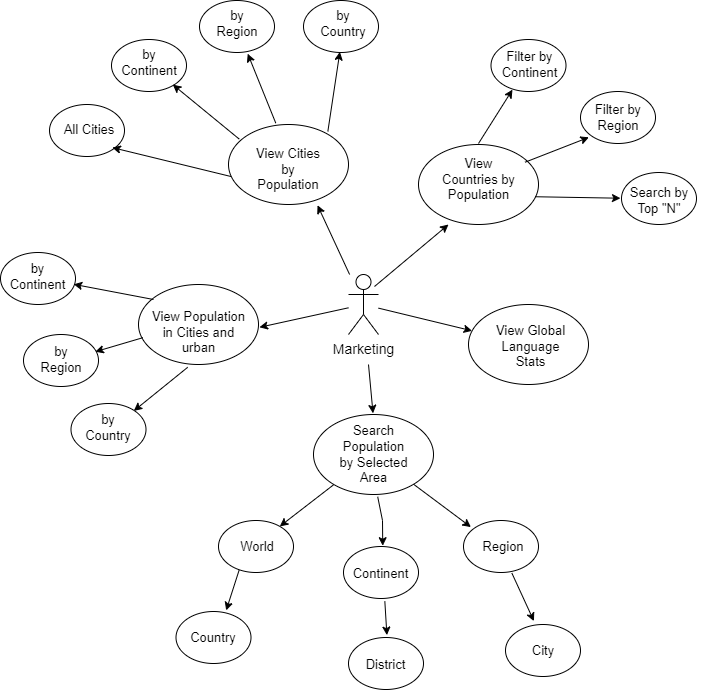
Before: use-case/U_case_DiagramPNG.png, a diagram exported from draw.io (stevecastillonapier/Group16Devops). Source tidied: cells renumbered, new cells last; positions are measured from the earlier drawing's top-left corner, leaving out a move shared by most shapes. Source of this version:
```xml
<mxGraphModel background="#ffffff">
  <root>
    <mxCell id="0" />
    <mxCell id="1" parent="0" />
    <mxCell id="2" style="ellipse;whiteSpace=wrap;html=1;fontSize=13;" parent="1" vertex="1">
      <mxGeometry x="228" y="124" width="120" height="80" as="geometry" />
    </mxCell>
    <mxCell id="3" style="ellipse;whiteSpace=wrap;html=1;fontSize=13;" parent="1" vertex="1">
      <mxGeometry x="418" y="144" width="120" height="80" as="geometry" />
    </mxCell>
    <mxCell id="4" style="ellipse;whiteSpace=wrap;html=1;" parent="1" vertex="1">
      <mxGeometry x="468" y="304" width="120" height="80" as="geometry" />
    </mxCell>
    <mxCell id="5" style="ellipse;whiteSpace=wrap;html=1;fontSize=13;" parent="1" vertex="1">
      <mxGeometry x="138" y="284" width="120" height="80" as="geometry" />
    </mxCell>
    <mxCell id="6" style="ellipse;whiteSpace=wrap;html=1;" parent="1" vertex="1">
      <mxGeometry x="313" y="414" width="120" height="80" as="geometry" />
    </mxCell>
    <mxCell id="7" value="Marketing" style="shape=umlActor;verticalLabelPosition=bottom;verticalAlign=top;html=1;outlineConnect=0;fontSize=14;" parent="1" vertex="1">
      <mxGeometry x="348" y="274" width="30" height="60" as="geometry" />
    </mxCell>
    <mxCell id="8" style="endArrow=classic;html=1;rounded=0;entryX=1.008;entryY=0.535;entryDx=0;entryDy=0;entryPerimeter=0;labelBorderColor=default;" parent="1" edge="1" source="7" target="5">
      <mxGeometry relative="1" as="geometry" />
    </mxCell>
    <mxCell id="9" style="endArrow=classic;html=1;rounded=0;entryX=0.496;entryY=-0.015;entryDx=0;entryDy=0;entryPerimeter=0;labelBorderColor=default;" parent="1" edge="1" target="6">
      <mxGeometry relative="1" as="geometry">
        <mxPoint x="368" y="364" as="sourcePoint" />
      </mxGeometry>
    </mxCell>
    <mxCell id="10" style="endArrow=classic;html=1;rounded=0;labelBorderColor=default;" parent="1" edge="1" source="7" target="4">
      <mxGeometry relative="1" as="geometry" />
    </mxCell>
    <mxCell id="11" style="endArrow=classic;html=1;rounded=0;entryX=0.742;entryY=1.01;entryDx=0;entryDy=0;entryPerimeter=0;labelBorderColor=default;" parent="1" edge="1" source="7" target="2">
      <mxGeometry relative="1" as="geometry" />
    </mxCell>
    <mxCell id="12" style="endArrow=classic;html=1;rounded=0;entryX=0.742;entryY=1.01;entryDx=0;entryDy=0;entryPerimeter=0;labelBorderColor=default;" parent="1" edge="1">
      <mxGeometry relative="1" as="geometry">
        <mxPoint x="374" y="286" as="sourcePoint" />
        <mxPoint x="448" y="224" as="targetPoint" />
      </mxGeometry>
    </mxCell>
    <mxCell id="13" value="View Countries by Population" style="text;strokeColor=none;align=center;fillColor=none;html=1;verticalAlign=middle;whiteSpace=wrap;rounded=0;fontSize=13;" parent="1" vertex="1">
      <mxGeometry x="440.5" y="164" width="75" height="30" as="geometry" />
    </mxCell>
    <mxCell id="14" value="View Cities by Population" style="text;strokeColor=none;align=center;fillColor=none;html=1;verticalAlign=middle;whiteSpace=wrap;rounded=0;fontSize=13;" parent="1" vertex="1">
      <mxGeometry x="248" y="154" width="80" height="30" as="geometry" />
    </mxCell>
    <mxCell id="15" value="Search Population by Selected Area" style="text;strokeColor=none;align=center;fillColor=none;html=1;verticalAlign=middle;whiteSpace=wrap;rounded=0;fontSize=13;" parent="1" vertex="1">
      <mxGeometry x="335.5" y="439" width="75" height="30" as="geometry" />
    </mxCell>
    <mxCell id="16" value="View Global Language Stats" style="text;strokeColor=none;align=center;fillColor=none;html=1;verticalAlign=middle;whiteSpace=wrap;rounded=0;fontSize=13;" parent="1" vertex="1">
      <mxGeometry x="490.5" y="324" width="79" height="44" as="geometry" />
    </mxCell>
    <mxCell id="17" value="View Population in Cities and urban" style="text;strokeColor=none;align=center;fillColor=none;html=1;verticalAlign=middle;whiteSpace=wrap;rounded=0;fontSize=13;" parent="1" vertex="1">
      <mxGeometry x="145.5" y="317" width="105" height="30" as="geometry" />
    </mxCell>
    <mxCell id="18" style="ellipse;whiteSpace=wrap;html=1;" parent="1" vertex="1">
      <mxGeometry x="49" y="104" width="75" height="52" as="geometry" />
    </mxCell>
    <mxCell id="19" style="ellipse;whiteSpace=wrap;html=1;" parent="1" vertex="1">
      <mxGeometry x="199" width="75" height="52" as="geometry" />
    </mxCell>
    <mxCell id="20" style="ellipse;whiteSpace=wrap;html=1;" parent="1" vertex="1">
      <mxGeometry x="303" width="75" height="52" as="geometry" />
    </mxCell>
    <mxCell id="21" style="ellipse;whiteSpace=wrap;html=1;" parent="1" vertex="1">
      <mxGeometry x="111" y="39" width="75" height="52" as="geometry" />
    </mxCell>
    <mxCell id="22" style="ellipse;whiteSpace=wrap;html=1;" parent="1" vertex="1">
      <mxGeometry x="580" y="91" width="75" height="52" as="geometry" />
    </mxCell>
    <mxCell id="23" style="ellipse;whiteSpace=wrap;html=1;" parent="1" vertex="1">
      <mxGeometry x="621" y="172" width="75" height="52" as="geometry" />
    </mxCell>
    <mxCell id="24" style="ellipse;whiteSpace=wrap;html=1;" parent="1" vertex="1">
      <mxGeometry x="490.5" y="39" width="75" height="52" as="geometry" />
    </mxCell>
    <mxCell id="25" style="ellipse;whiteSpace=wrap;html=1;" parent="1" vertex="1">
      <mxGeometry x="23" y="334" width="75" height="52" as="geometry" />
    </mxCell>
    <mxCell id="26" style="ellipse;whiteSpace=wrap;html=1;" parent="1" vertex="1">
      <mxGeometry y="252" width="75" height="52" as="geometry" />
    </mxCell>
    <mxCell id="27" style="ellipse;whiteSpace=wrap;html=1;" parent="1" vertex="1">
      <mxGeometry x="70.5" y="403" width="75" height="52" as="geometry" />
    </mxCell>
    <mxCell id="28" style="ellipse;whiteSpace=wrap;html=1;" parent="1" vertex="1">
      <mxGeometry x="343" y="546" width="75" height="52" as="geometry" />
    </mxCell>
    <mxCell id="29" style="ellipse;whiteSpace=wrap;html=1;" parent="1" vertex="1">
      <mxGeometry x="218" y="520" width="75" height="52" as="geometry" />
    </mxCell>
    <mxCell id="30" style="ellipse;whiteSpace=wrap;html=1;" parent="1" vertex="1">
      <mxGeometry x="463" y="520" width="75" height="52" as="geometry" />
    </mxCell>
    <mxCell id="31" style="ellipse;whiteSpace=wrap;html=1;" parent="1" vertex="1">
      <mxGeometry x="175.5" y="611" width="75" height="52" as="geometry" />
    </mxCell>
    <mxCell id="32" style="ellipse;whiteSpace=wrap;html=1;" parent="1" vertex="1">
      <mxGeometry x="348" y="637" width="75" height="52" as="geometry" />
    </mxCell>
    <mxCell id="33" style="ellipse;whiteSpace=wrap;html=1;" parent="1" vertex="1">
      <mxGeometry x="505" y="624" width="75" height="52" as="geometry" />
    </mxCell>
    <mxCell id="34" value="All Cities" style="text;strokeColor=none;align=center;fillColor=none;html=1;verticalAlign=middle;whiteSpace=wrap;rounded=0;fontSize=13;" parent="1" vertex="1">
      <mxGeometry x="49" y="114" width="80" height="30" as="geometry" />
    </mxCell>
    <mxCell id="35" value="by Continent" style="text;strokeColor=none;align=center;fillColor=none;html=1;verticalAlign=middle;whiteSpace=wrap;rounded=0;fontSize=13;" parent="1" vertex="1">
      <mxGeometry x="118.5" y="39" width="60" height="45" as="geometry" />
    </mxCell>
    <mxCell id="36" value="by Region" style="text;strokeColor=none;align=center;fillColor=none;html=1;verticalAlign=middle;whiteSpace=wrap;rounded=0;fontSize=13;" parent="1" vertex="1">
      <mxGeometry x="206.5" width="60" height="45" as="geometry" />
    </mxCell>
    <mxCell id="37" value="Search by Top &quot;N&quot;" style="text;strokeColor=none;align=center;fillColor=none;html=1;verticalAlign=middle;whiteSpace=wrap;rounded=0;fontSize=13;" parent="1" vertex="1">
      <mxGeometry x="618" y="175.5" width="82" height="48" as="geometry" />
    </mxCell>
    <mxCell id="38" value="Filter by&lt;br&gt;Continent" style="text;strokeColor=none;align=center;fillColor=none;html=1;verticalAlign=middle;whiteSpace=wrap;rounded=0;fontSize=13;" parent="1" vertex="1">
      <mxGeometry x="500" y="39" width="59" height="49" as="geometry" />
    </mxCell>
    <mxCell id="39" value="by Country" style="text;strokeColor=none;align=center;fillColor=none;html=1;verticalAlign=middle;whiteSpace=wrap;rounded=0;fontSize=13;" parent="1" vertex="1">
      <mxGeometry x="313" width="60" height="45" as="geometry" />
    </mxCell>
    <mxCell id="40" value="Filter by&lt;br&gt;Region" style="text;strokeColor=none;align=center;fillColor=none;html=1;verticalAlign=middle;whiteSpace=wrap;rounded=0;fontSize=13;" parent="1" vertex="1">
      <mxGeometry x="588" y="94.5" width="60" height="45" as="geometry" />
    </mxCell>
    <mxCell id="41" value="World" style="text;strokeColor=none;align=center;fillColor=none;html=1;verticalAlign=middle;whiteSpace=wrap;rounded=0;fontSize=13;" parent="1" vertex="1">
      <mxGeometry x="213" y="531" width="88" height="30" as="geometry" />
    </mxCell>
    <mxCell id="42" value="Country" style="text;strokeColor=none;align=center;fillColor=none;html=1;verticalAlign=middle;whiteSpace=wrap;rounded=0;fontSize=13;" parent="1" vertex="1">
      <mxGeometry x="175.5" y="622" width="74" height="30" as="geometry" />
    </mxCell>
    <mxCell id="43" value="Continent" style="text;strokeColor=none;align=center;fillColor=none;html=1;verticalAlign=middle;whiteSpace=wrap;rounded=0;fontSize=13;" parent="1" vertex="1">
      <mxGeometry x="338" y="557" width="85" height="31" as="geometry" />
    </mxCell>
    <mxCell id="44" value="Region" style="text;strokeColor=none;align=center;fillColor=none;html=1;verticalAlign=middle;whiteSpace=wrap;rounded=0;fontSize=13;" parent="1" vertex="1">
      <mxGeometry x="463" y="531" width="80" height="30" as="geometry" />
    </mxCell>
    <mxCell id="45" value="City" style="text;strokeColor=none;align=center;fillColor=none;html=1;verticalAlign=middle;whiteSpace=wrap;rounded=0;fontSize=13;" parent="1" vertex="1">
      <mxGeometry x="502.5" y="635" width="80" height="30" as="geometry" />
    </mxCell>
    <mxCell id="46" value="District" style="text;strokeColor=none;align=center;fillColor=none;html=1;verticalAlign=middle;whiteSpace=wrap;rounded=0;fontSize=13;" parent="1" vertex="1">
      <mxGeometry x="343" y="648" width="85" height="32" as="geometry" />
    </mxCell>
    <mxCell id="47" value="by Continent" style="text;strokeColor=none;align=center;fillColor=none;html=1;verticalAlign=middle;whiteSpace=wrap;rounded=0;fontSize=13;" parent="1" vertex="1">
      <mxGeometry x="10.5" y="252" width="53" height="48" as="geometry" />
    </mxCell>
    <mxCell id="48" value="by Region" style="text;strokeColor=none;align=center;fillColor=none;html=1;verticalAlign=middle;whiteSpace=wrap;rounded=0;fontSize=13;" parent="1" vertex="1">
      <mxGeometry x="30.5" y="337.5" width="60" height="43" as="geometry" />
    </mxCell>
    <mxCell id="49" value="by Country" style="text;strokeColor=none;align=center;fillColor=none;html=1;verticalAlign=middle;whiteSpace=wrap;rounded=0;fontSize=13;" parent="1" vertex="1">
      <mxGeometry x="78" y="406" width="60" height="41" as="geometry" />
    </mxCell>
    <mxCell id="50" style="endArrow=classic;html=1;rounded=0;entryX=0.976;entryY=0.612;entryDx=0;entryDy=0;entryPerimeter=0;labelBorderColor=default;" parent="1" edge="1" target="26">
      <mxGeometry relative="1" as="geometry">
        <mxPoint x="153" y="299" as="sourcePoint" />
      </mxGeometry>
    </mxCell>
    <mxCell id="51" style="endArrow=classic;html=1;rounded=0;entryX=1.072;entryY=0.319;entryDx=0;entryDy=0;entryPerimeter=0;exitX=-0.03;exitY=0.673;exitDx=0;exitDy=0;exitPerimeter=0;labelBorderColor=default;" parent="1" edge="1" source="17" target="48">
      <mxGeometry relative="1" as="geometry" />
    </mxCell>
    <mxCell id="52" style="endArrow=classic;html=1;rounded=0;exitX=0.41;exitY=1.035;exitDx=0;exitDy=0;exitPerimeter=0;entryX=0.922;entryY=0.107;entryDx=0;entryDy=0;entryPerimeter=0;" parent="1" edge="1" source="5" target="49">
      <mxGeometry relative="1" as="geometry" />
    </mxCell>
    <mxCell id="53" style="endArrow=classic;html=1;rounded=0;entryX=0.785;entryY=1.103;entryDx=0;entryDy=0;entryPerimeter=0;exitX=0.023;exitY=0.651;exitDx=0;exitDy=0;exitPerimeter=0;labelBorderColor=default;" parent="1" edge="1" source="2" target="34">
      <mxGeometry relative="1" as="geometry" />
    </mxCell>
    <mxCell id="54" style="endArrow=classic;html=1;rounded=0;entryX=0.817;entryY=0.867;entryDx=0;entryDy=0;entryPerimeter=0;exitX=0.09;exitY=0.183;exitDx=0;exitDy=0;exitPerimeter=0;labelBorderColor=default;" parent="1" edge="1" source="2" target="21">
      <mxGeometry relative="1" as="geometry" />
    </mxCell>
    <mxCell id="55" style="endArrow=classic;html=1;rounded=0;entryX=0.643;entryY=1.023;entryDx=0;entryDy=0;entryPerimeter=0;exitX=0.394;exitY=-0.017;exitDx=0;exitDy=0;exitPerimeter=0;labelBorderColor=default;" parent="1" edge="1" source="2" target="19">
      <mxGeometry relative="1" as="geometry" />
    </mxCell>
    <mxCell id="56" style="endArrow=classic;html=1;rounded=0;entryX=0.485;entryY=0.988;entryDx=0;entryDy=0;entryPerimeter=0;exitX=0.828;exitY=0.086;exitDx=0;exitDy=0;exitPerimeter=0;labelBorderColor=default;" parent="1" edge="1" source="2" target="20">
      <mxGeometry relative="1" as="geometry" />
    </mxCell>
    <mxCell id="57" style="endArrow=classic;html=1;rounded=0;entryX=0.203;entryY=1.024;entryDx=0;entryDy=0;entryPerimeter=0;labelBorderColor=default;" parent="1" edge="1" target="38">
      <mxGeometry relative="1" as="geometry">
        <mxPoint x="478" y="143" as="sourcePoint" />
      </mxGeometry>
    </mxCell>
    <mxCell id="58" style="endArrow=classic;html=1;rounded=0;entryX=0.007;entryY=0.94;entryDx=0;entryDy=0;entryPerimeter=0;exitX=0.887;exitY=0.222;exitDx=0;exitDy=0;exitPerimeter=0;labelBorderColor=default;" parent="1" edge="1" source="3" target="40">
      <mxGeometry relative="1" as="geometry" />
    </mxCell>
    <mxCell id="59" style="endArrow=classic;html=1;rounded=0;entryX=0.024;entryY=0.463;entryDx=0;entryDy=0;entryPerimeter=0;exitX=0.971;exitY=0.653;exitDx=0;exitDy=0;exitPerimeter=0;labelBorderColor=default;" parent="1" edge="1" source="3" target="37">
      <mxGeometry relative="1" as="geometry" />
    </mxCell>
    <mxCell id="60" style="endArrow=classic;html=1;rounded=0;entryX=0.093;entryY=-0.147;entryDx=0;entryDy=0;entryPerimeter=0;labelBorderColor=default;" parent="1" edge="1" source="6" target="44">
      <mxGeometry relative="1" as="geometry" />
    </mxCell>
    <mxCell id="61" style="endArrow=classic;html=1;rounded=0;entryX=0.379;entryY=-0.065;entryDx=0;entryDy=0;entryPerimeter=0;exitX=0.645;exitY=1.012;exitDx=0;exitDy=0;exitPerimeter=0;labelBorderColor=default;" parent="1" edge="1" source="30" target="33">
      <mxGeometry relative="1" as="geometry" />
    </mxCell>
    <mxCell id="62" style="endArrow=classic;html=1;rounded=0;entryX=0.512;entryY=-0.046;entryDx=0;entryDy=0;entryPerimeter=0;exitX=0.551;exitY=1.052;exitDx=0;exitDy=0;exitPerimeter=0;" parent="1" edge="1" source="28" target="32">
      <mxGeometry relative="1" as="geometry" />
    </mxCell>
    <mxCell id="63" style="endArrow=classic;html=1;rounded=0;entryX=0.669;entryY=-0.021;entryDx=0;entryDy=0;entryPerimeter=0;exitX=0.276;exitY=0.95;exitDx=0;exitDy=0;exitPerimeter=0;" parent="1" edge="1" source="29" target="31">
      <mxGeometry relative="1" as="geometry" />
    </mxCell>
    <mxCell id="64" style="endArrow=classic;html=1;rounded=0;exitX=0.168;exitY=0.878;exitDx=0;exitDy=0;exitPerimeter=0;entryX=0.817;entryY=0.113;entryDx=0;entryDy=0;entryPerimeter=0;labelBorderColor=default;" parent="1" edge="1" source="6" target="29">
      <mxGeometry relative="1" as="geometry" />
    </mxCell>
    <mxCell id="65" style="endArrow=classic;html=1;rounded=0;exitX=0.535;exitY=1.028;exitDx=0;exitDy=0;exitPerimeter=0;entryX=0.523;entryY=-0.015;entryDx=0;entryDy=0;entryPerimeter=0;labelBorderColor=default;" parent="1" edge="1" source="6" target="28">
      <mxGeometry relative="1" as="geometry">
        <Array as="points">
          <mxPoint x="382" y="520" />
        </Array>
      </mxGeometry>
    </mxCell>
  </root>
</mxGraphModel>
```
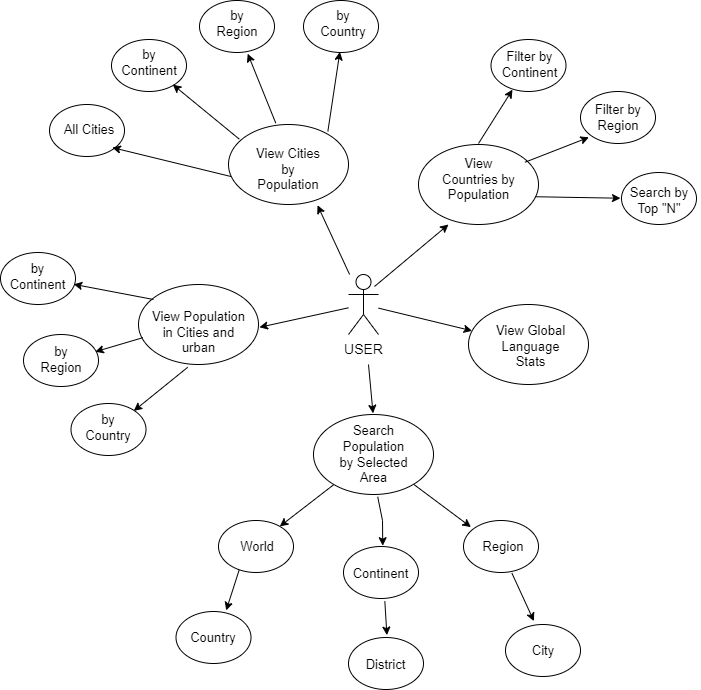
The same diagram one commit later.

Commit message:
RENAME CODE OF Cond

What changed in the source:
```diff
@@ -17,7 +17,7 @@
     <mxCell id="6" style="ellipse;whiteSpace=wrap;html=1;" parent="1" vertex="1">
       <mxGeometry x="313" y="414" width="120" height="80" as="geometry" />
     </mxCell>
-    <mxCell id="7" value="Marketing" style="shape=umlActor;verticalLabelPosition=bottom;verticalAlign=top;html=1;outlineConnect=0;fontSize=14;" parent="1" vertex="1">
+    <mxCell id="7" value="USER" style="shape=umlActor;verticalLabelPosition=bottom;verticalAlign=top;html=1;outlineConnect=0;fontSize=14;" parent="1" vertex="1">
       <mxGeometry x="348" y="274" width="30" height="60" as="geometry" />
     </mxCell>
     <mxCell id="8" style="endArrow=classic;html=1;rounded=0;entryX=1.008;entryY=0.535;entryDx=0;entryDy=0;entryPerimeter=0;labelBorderColor=default;" parent="1" edge="1" source="7" target="5">
```
